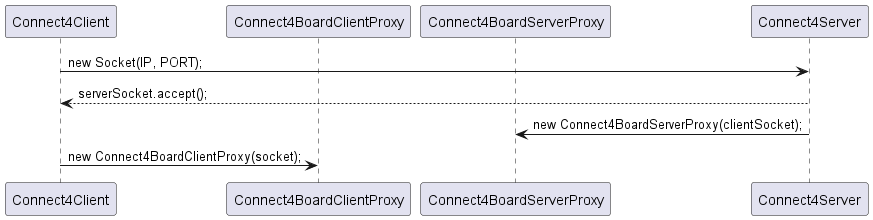
Above: UML_diagrams/sequence_diagrams/client_connect_to_server.png in Knowhere-coding/Connect-4 (PlantUML), before the change.
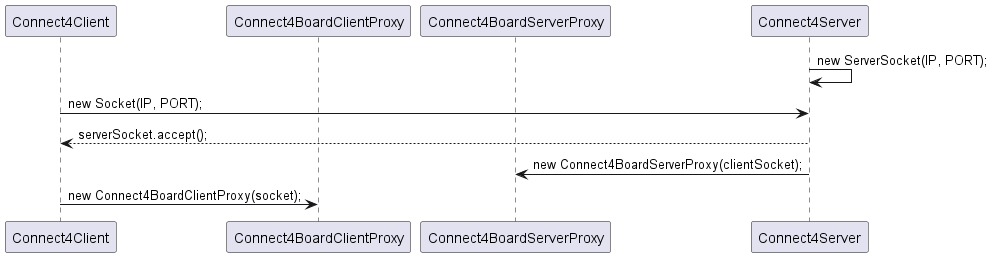
After the commit.

The edit, as a diff of the source:
```diff
@@ -4,6 +4,7 @@
 participant "Connect4BoardServerProxy" as BoardServerProxy
 participant "Connect4Server" as Server
 
+Server -> Server: new ServerSocket(IP, PORT);
 Client -> Server: new Socket(IP, PORT);
 Server --> Client: serverSocket.accept();
 Server -> BoardServerProxy: new Connect4BoardServerProxy(clientSocket);
```
